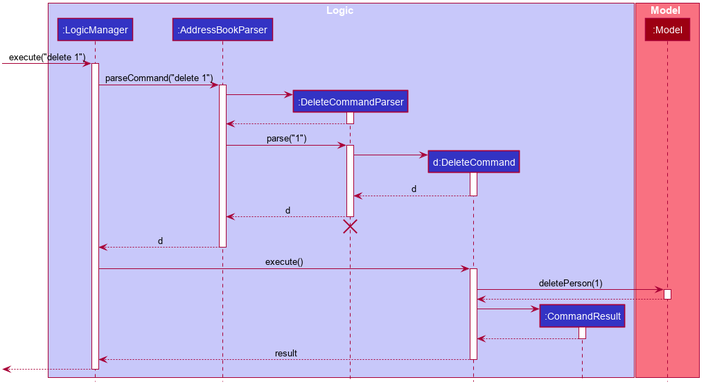
Above: images/DeleteSequenceDiagram.png in AY1920S1-CS2103T-T13-2/main (PlantUML), before the change. Its diagram source:
```plantuml
@startuml








skinparam BackgroundColor #FFFFFFF

skinparam Shadowing false

skinparam Class {
    FontColor #FFFFFF
    BorderThickness 1
    BorderColor #FFFFFF
    StereotypeFontColor #FFFFFF
    FontName Arial
}

skinparam Actor {
    BorderColor #000000
    Color #000000
    FontName Arial
}

skinparam Sequence {
    MessageAlign center
    BoxFontSize 15
    BoxPadding 0
    BoxFontColor #FFFFFF
    FontName Arial
}

skinparam Participant {
    FontColor #FFFFFFF
    Padding 20
}

skinparam MinClassWidth 50
skinparam ParticipantPadding 10
skinparam Shadowing false
skinparam DefaultTextAlignment center
skinparam packageStyle Rectangle

hide footbox
hide members
hide circle

box Logic #C8C8FA
participant ":LogicManager" as LogicManager #3333C4
participant ":AddressBookParser" as AddressBookParser #3333C4
participant ":DeleteCommandParser" as DeleteCommandParser #3333C4
participant "d:DeleteCommand" as DeleteCommand #3333C4
participant ":CommandResult" as CommandResult #3333C4
end box

box Model #F97181
participant ":Model" as Model #9D0012
end box

[-> LogicManager : execute("delete 1")
activate LogicManager

LogicManager -> AddressBookParser : parseCommand("delete 1")
activate AddressBookParser

create DeleteCommandParser
AddressBookParser -> DeleteCommandParser
activate DeleteCommandParser

DeleteCommandParser --> AddressBookParser
deactivate DeleteCommandParser

AddressBookParser -> DeleteCommandParser : parse("1")
activate DeleteCommandParser

create DeleteCommand
DeleteCommandParser -> DeleteCommand
activate DeleteCommand

DeleteCommand --> DeleteCommandParser : d
deactivate DeleteCommand

DeleteCommandParser --> AddressBookParser : d
deactivate DeleteCommandParser
DeleteCommandParser -[hidden]-> AddressBookParser
destroy DeleteCommandParser

AddressBookParser --> LogicManager : d
deactivate AddressBookParser

LogicManager -> DeleteCommand : execute()
activate DeleteCommand

DeleteCommand -> Model : deletePerson(1)
activate Model

Model --> DeleteCommand
deactivate Model

create CommandResult
DeleteCommand -> CommandResult
activate CommandResult

CommandResult --> DeleteCommand
deactivate CommandResult

DeleteCommand --> LogicManager : result
deactivate DeleteCommand

[<--LogicManager
deactivate LogicManager
@enduml
```
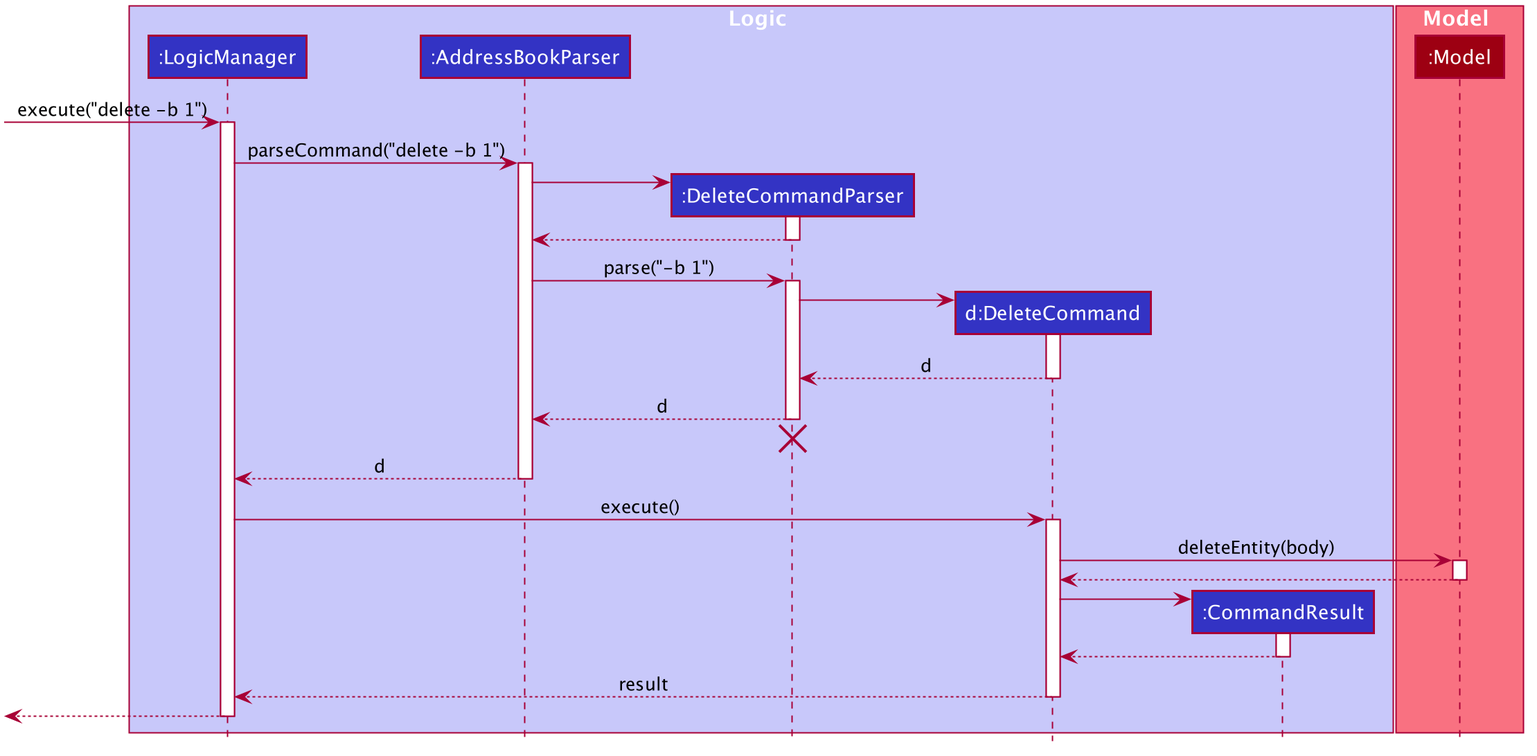
The same file after the commit.

The edit, as a diff of the source:
```diff
@@ -60,10 +60,10 @@
 participant ":Model" as Model #9D0012
 end box
 
-[-> LogicManager : execute("delete 1")
+[-> LogicManager : execute("delete -b 1")
 activate LogicManager
 
-LogicManager -> AddressBookParser : parseCommand("delete 1")
+LogicManager -> AddressBookParser : parseCommand("delete -b 1")
 activate AddressBookParser
 
 create DeleteCommandParser
@@ -73,7 +73,7 @@
 DeleteCommandParser --> AddressBookParser
 deactivate DeleteCommandParser
 
-AddressBookParser -> DeleteCommandParser : parse("1")
+AddressBookParser -> DeleteCommandParser : parse("-b 1")
 activate DeleteCommandParser
 
 create DeleteCommand
@@ -94,7 +94,7 @@
 LogicManager -> DeleteCommand : execute()
 activate DeleteCommand
 
-DeleteCommand -> Model : deletePerson(1)
+DeleteCommand -> Model : deleteEntity(body)
 activate Model
 
 Model --> DeleteCommand
```
